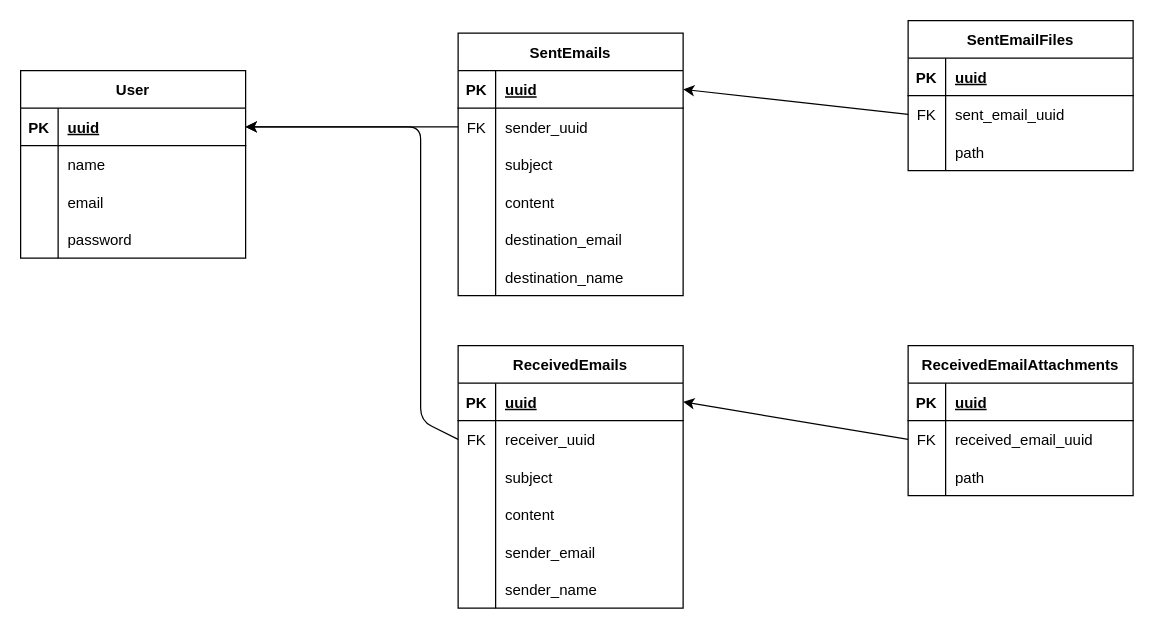
This is smtp/postgresql/smtp-db.drawio from Kaucrow/web-protocols, a draw.io file, before an edit. Source tidied: cells renumbered, new cells numbered last; positions are measured from the earlier drawing's top-left corner, leaving out a move shared by most shapes. Both pictures are drawn from the tidied source at 125%, with x=0, y=0 at pixel (20, 20).
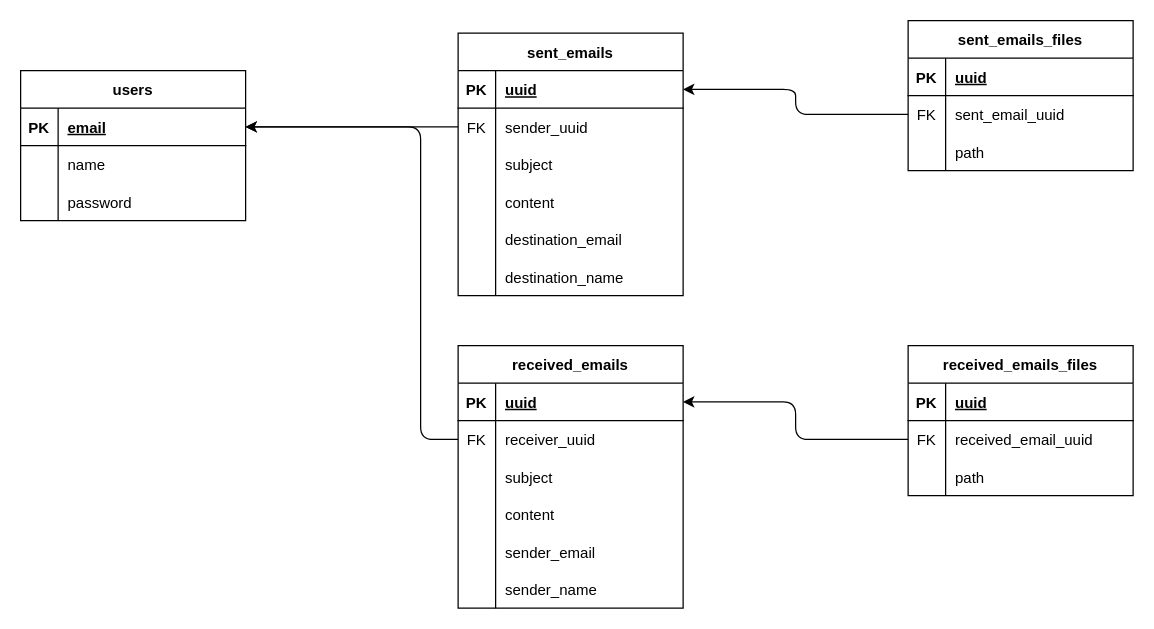
The same diagram, later.

Unchanged cells that the change refers to:
```xml
<mxCell id="3" style="shape=tableRow;horizontal=0;startSize=0;swimlaneHead=0;swimlaneBody=0;fillColor=none;points=[[0,0.5],[1,0.5]];portConstraint=eastwest;top=0;left=0;right=0;bottom=1;" parent="2" vertex="1">
  <mxGeometry y="30" width="180" height="30" as="geometry" />
</mxCell>
<mxCell id="16" style="shape=tableRow;horizontal=0;startSize=0;swimlaneHead=0;swimlaneBody=0;fillColor=none;points=[[0,0.5],[1,0.5]];portConstraint=eastwest;top=0;left=0;right=0;bottom=1;" parent="15" vertex="1">
  <mxGeometry y="30" width="180" height="30" as="geometry" />
</mxCell>
<mxCell id="36" style="shape=tableRow;horizontal=0;startSize=0;swimlaneHead=0;swimlaneBody=0;fillColor=none;points=[[0,0.5],[1,0.5]];portConstraint=eastwest;top=0;left=0;right=0;bottom=1;" parent="35" vertex="1">
  <mxGeometry y="30" width="180" height="30" as="geometry" />
</mxCell>
<mxCell id="39" style="shape=tableRow;horizontal=0;startSize=0;swimlaneHead=0;swimlaneBody=0;fillColor=none;points=[[0,0.5],[1,0.5]];portConstraint=eastwest;top=0;left=0;right=0;bottom=0;" parent="35" vertex="1">
  <mxGeometry y="60" width="180" height="30" as="geometry" />
</mxCell>
<mxCell id="59" style="shape=tableRow;horizontal=0;startSize=0;swimlaneHead=0;swimlaneBody=0;fillColor=none;points=[[0,0.5],[1,0.5]];portConstraint=eastwest;top=0;left=0;right=0;bottom=0;" parent="55" vertex="1">
  <mxGeometry y="60" width="180" height="30" as="geometry" />
</mxCell>
<mxCell id="69" style="shape=tableRow;horizontal=0;startSize=0;swimlaneHead=0;swimlaneBody=0;fillColor=none;points=[[0,0.5],[1,0.5]];portConstraint=eastwest;top=0;left=0;right=0;bottom=0;" parent="65" vertex="1">
  <mxGeometry y="60" width="180" height="30" as="geometry" />
</mxCell>
```

The edit, as a diff of the source:
```diff
@@
-    <mxCell id="2" value="User" style="shape=table;startSize=30;childLayout=tableLayout;rowLines=0;fontStyle=1;align=center;" parent="1" vertex="1">
-      <mxGeometry y="40" width="180" height="150" as="geometry" />
+    <mxCell id="2" value="users" style="shape=table;startSize=30;childLayout=tableLayout;rowLines=0;fontStyle=1;align=center;" parent="1" vertex="1">
+      <mxGeometry y="40" width="180" height="120" as="geometry" />
     </mxCell>
@@
-    <mxCell id="5" value="uuid" style="shape=partialRectangle;fillColor=none;top=0;left=0;bottom=0;right=0;align=left;spacingLeft=6;fontStyle=5;overflow=hidden;" parent="3" vertex="1">
+    <mxCell id="5" value="email" style="shape=partialRectangle;fillColor=none;top=0;left=0;bottom=0;right=0;align=left;spacingLeft=6;fontStyle=5;overflow=hidden;" parent="3" vertex="1">
       <mxGeometry x="30" width="150" height="30" as="geometry" />
     </mxCell>
@@
-    <mxCell id="9" style="shape=tableRow;horizontal=0;startSize=0;swimlaneHead=0;swimlaneBody=0;fillColor=none;top=0;left=0;right=0;bottom=0;" parent="2" vertex="1">
-      <mxGeometry y="90" width="180" height="30" as="geometry" />
-    </mxCell>
-    <mxCell id="10" style="shape=partialRectangle;fillColor=none;top=0;left=0;bottom=0;right=0;overflow=hidden;" parent="9" vertex="1">
-      <mxGeometry width="30" height="30" as="geometry" />
-    </mxCell>
-    <mxCell id="11" value="email" style="shape=partialRectangle;fillColor=none;top=0;left=0;bottom=0;right=0;align=left;spacingLeft=6;overflow=hidden;" parent="9" vertex="1">
-      <mxGeometry x="30" width="150" height="30" as="geometry" />
-    </mxCell>
     <mxCell id="12" style="shape=tableRow;horizontal=0;startSize=0;swimlaneHead=0;swimlaneBody=0;fillColor=none;top=0;left=0;right=0;bottom=0;" parent="2" vertex="1">
-      <mxGeometry y="120" width="180" height="30" as="geometry" />
+      <mxGeometry y="90" width="180" height="30" as="geometry" />
     </mxCell>
@@
-    <mxCell id="15" value="SentEmails" style="shape=table;startSize=30;childLayout=tableLayout;rowLines=0;fontStyle=1;align=center;" parent="1" vertex="1">
+    <mxCell id="15" value="sent_emails" style="shape=table;startSize=30;childLayout=tableLayout;rowLines=0;fontStyle=1;align=center;" parent="1" vertex="1">
       <mxGeometry x="350" y="10" width="180" height="210" as="geometry" />
     </mxCell>
@@
-    <mxCell id="35" value="ReceivedEmails" style="shape=table;startSize=30;childLayout=tableLayout;rowLines=0;fontStyle=1;align=center;" parent="1" vertex="1">
+    <mxCell id="35" value="received_emails" style="shape=table;startSize=30;childLayout=tableLayout;rowLines=0;fontStyle=1;align=center;" parent="1" vertex="1">
       <mxGeometry x="350" y="260" width="180" height="210" as="geometry" />
     </mxCell>
@@
     <mxCell id="54" style="edgeStyle=none;html=1;exitX=0;exitY=0.5;exitDx=0;exitDy=0;entryX=1;entryY=0.5;entryDx=0;entryDy=0;" parent="1" edge="1" source="39" target="3">
       <mxGeometry relative="1" as="geometry">
         <Array as="points">
-          <mxPoint x="320" y="320" />
+          <mxPoint x="320" y="335" />
           <mxPoint x="320" y="85" />
         </Array>
       </mxGeometry>
     </mxCell>
-    <mxCell id="55" value="SentEmailFiles" style="shape=table;startSize=30;childLayout=tableLayout;rowLines=0;fontStyle=1;align=center;" parent="1" vertex="1">
+    <mxCell id="55" value="sent_emails_files" style="shape=table;startSize=30;childLayout=tableLayout;rowLines=0;fontStyle=1;align=center;" parent="1" vertex="1">
       <mxGeometry x="710" width="180" height="120" as="geometry" />
     </mxCell>
@@
-    <mxCell id="65" value="ReceivedEmailAttachments" style="shape=table;startSize=30;childLayout=tableLayout;rowLines=0;fontStyle=1;align=center;" parent="1" vertex="1">
+    <mxCell id="65" value="received_emails_files" style="shape=table;startSize=30;childLayout=tableLayout;rowLines=0;fontStyle=1;align=center;" parent="1" vertex="1">
       <mxGeometry x="710" y="260" width="180" height="120" as="geometry" />
     </mxCell>
@@
     <mxCell id="75" style="edgeStyle=none;html=1;exitX=0;exitY=0.5;exitDx=0;exitDy=0;entryX=1;entryY=0.5;entryDx=0;entryDy=0;" parent="1" edge="1" source="59" target="16">
-      <mxGeometry relative="1" as="geometry" />
+      <mxGeometry relative="1" as="geometry">
+        <Array as="points">
+          <mxPoint x="620" y="75" />
+          <mxPoint x="620" y="55" />
+        </Array>
+      </mxGeometry>
     </mxCell>
     <mxCell id="76" style="edgeStyle=none;html=1;entryX=1;entryY=0.5;entryDx=0;entryDy=0;exitX=0;exitY=0.5;exitDx=0;exitDy=0;" parent="1" edge="1" source="69" target="36">
-      <mxGeometry relative="1" as="geometry" />
+      <mxGeometry relative="1" as="geometry">
+        <Array as="points">
+          <mxPoint x="620" y="335" />
+          <mxPoint x="620" y="305" />
+        </Array>
+      </mxGeometry>
     </mxCell>
```
